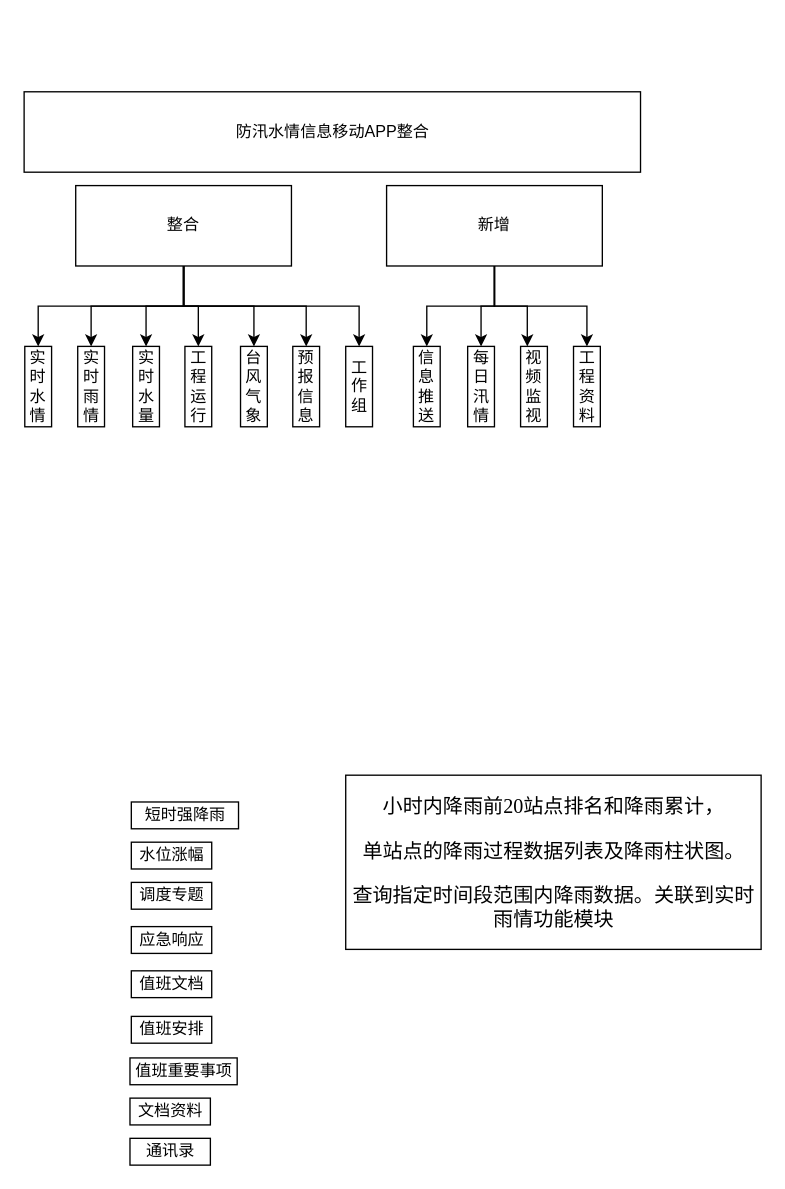
marx8559/wavenet keeps this draw.io diagram as APP_NEW_new.drawio. Above is the earlier version. Source tidied: cells renumbered, new cells numbered last; positions are measured from the earlier drawing's top-left corner, leaving out a move shared by most shapes. Both pictures are drawn from the tidied source at 134%, with x=0, y=0 at pixel (24, 91).
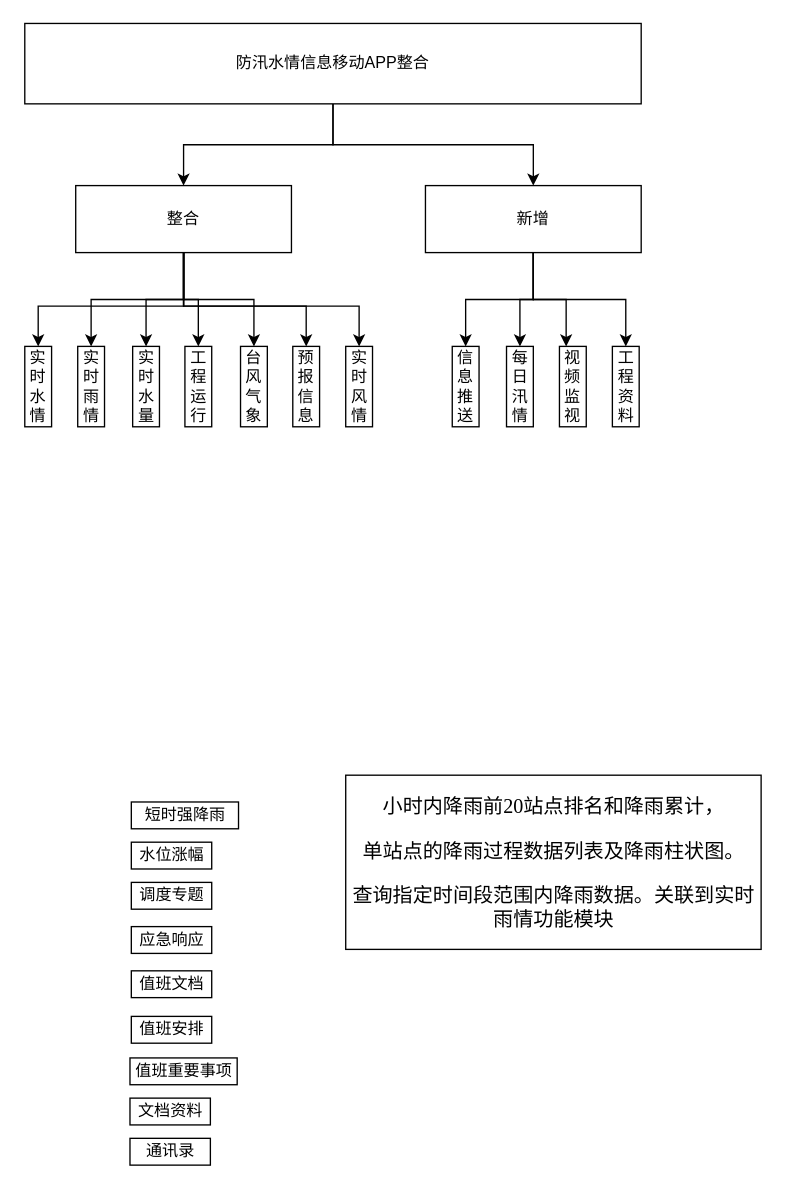
The same diagram, later.

Diff of the diagram source:
```diff
@@
-    <mxCell id="8" style="edgeStyle=orthogonalEdgeStyle;rounded=0;jettySize=auto;html=1;entryX=0.5;entryY=0;entryDx=0;entryDy=0;" parent="1" edge="1" source="9" target="19">
-      <mxGeometry relative="1" as="geometry">
-        <Array as="points">
-          <mxPoint x="119" y="160" />
-          <mxPoint x="250" y="160" />
-        </Array>
-      </mxGeometry>
-    </mxCell>
+    <mxCell id="37" style="edgeStyle=orthogonalEdgeStyle;rounded=0;jettySize=auto;html=1;entryX=0.5;entryY=0;entryDx=0;entryDy=0;" parent="1" edge="1" source="9" target="40">
+      <mxGeometry relative="1" as="geometry">
+        <Array as="points">
+          <mxPoint x="119" y="160" />
+          <mxPoint x="250" y="160" />
+        </Array>
+      </mxGeometry>
+    </mxCell>
     <mxCell id="9" value="整合" style="rounded=0;whiteSpace=wrap;html=1;" parent="1" vertex="1">
-      <mxGeometry x="38" y="70" width="161" height="60" as="geometry" />
+      <mxGeometry x="38" y="70" width="161" height="50" as="geometry" />
     </mxCell>
     <mxCell id="10" value="工程资料" style="rounded=0;whiteSpace=wrap;html=1;" parent="1" vertex="1">
-      <mxGeometry x="409.5" y="190" width="20" height="60" as="geometry" />
+      <mxGeometry x="438.5" y="190" width="20" height="60" as="geometry" />
     </mxCell>
     <mxCell id="11" value="视频监视" style="rounded=0;whiteSpace=wrap;html=1;" parent="1" vertex="1">
-      <mxGeometry x="370" y="190" width="20" height="60" as="geometry" />
+      <mxGeometry x="399" y="190" width="20" height="60" as="geometry" />
     </mxCell>
     <mxCell id="12" value="每日汛情" style="rounded=0;whiteSpace=wrap;html=1;" parent="1" vertex="1">
-      <mxGeometry x="330.5" y="190" width="20" height="60" as="geometry" />
+      <mxGeometry x="359.5" y="190" width="20" height="60" as="geometry" />
     </mxCell>
@@
-    <mxCell id="19" value="工作组" style="rounded=0;whiteSpace=wrap;html=1;" parent="1" vertex="1">
-      <mxGeometry x="239.5" y="190" width="20" height="60" as="geometry" />
-    </mxCell>
     <mxCell id="20" value="信息推送" style="rounded=0;whiteSpace=wrap;html=1;" parent="1" vertex="1">
-      <mxGeometry x="290" y="190" width="20" height="60" as="geometry" />
+      <mxGeometry x="319" y="190" width="20" height="60" as="geometry" />
     </mxCell>
@@
+    <mxCell id="38" style="edgeStyle=orthogonalEdgeStyle;rounded=0;jettySize=auto;html=1;" parent="1" edge="1" source="31" target="9">
+      <mxGeometry relative="1" as="geometry" />
+    </mxCell>
+    <mxCell id="39" style="edgeStyle=orthogonalEdgeStyle;rounded=0;jettySize=auto;html=1;entryX=0.5;entryY=0;entryDx=0;entryDy=0;" parent="1" edge="1" source="31" target="36">
+      <mxGeometry relative="1" as="geometry" />
+    </mxCell>
     <mxCell id="31" value="防汛水情信息移动APP整合" style="rounded=0;whiteSpace=wrap;html=1;" parent="1" vertex="1">
-      <mxGeometry x="-0.5" width="460" height="60" as="geometry" />
+      <mxGeometry y="-51" width="460" height="60" as="geometry" />
     </mxCell>
@@
     <mxCell id="36" value="新增" style="rounded=0;whiteSpace=wrap;html=1;" parent="1" vertex="1">
-      <mxGeometry x="270" y="70" width="161" height="60" as="geometry" />
+      <mxGeometry x="299" y="70" width="161" height="50" as="geometry" />
     </mxCell>
+    <mxCell id="40" value="实时风情" style="rounded=0;whiteSpace=wrap;html=1;" parent="1" vertex="1">
+      <mxGeometry x="239.5" y="190" width="20" height="60" as="geometry" />
+    </mxCell>
```
